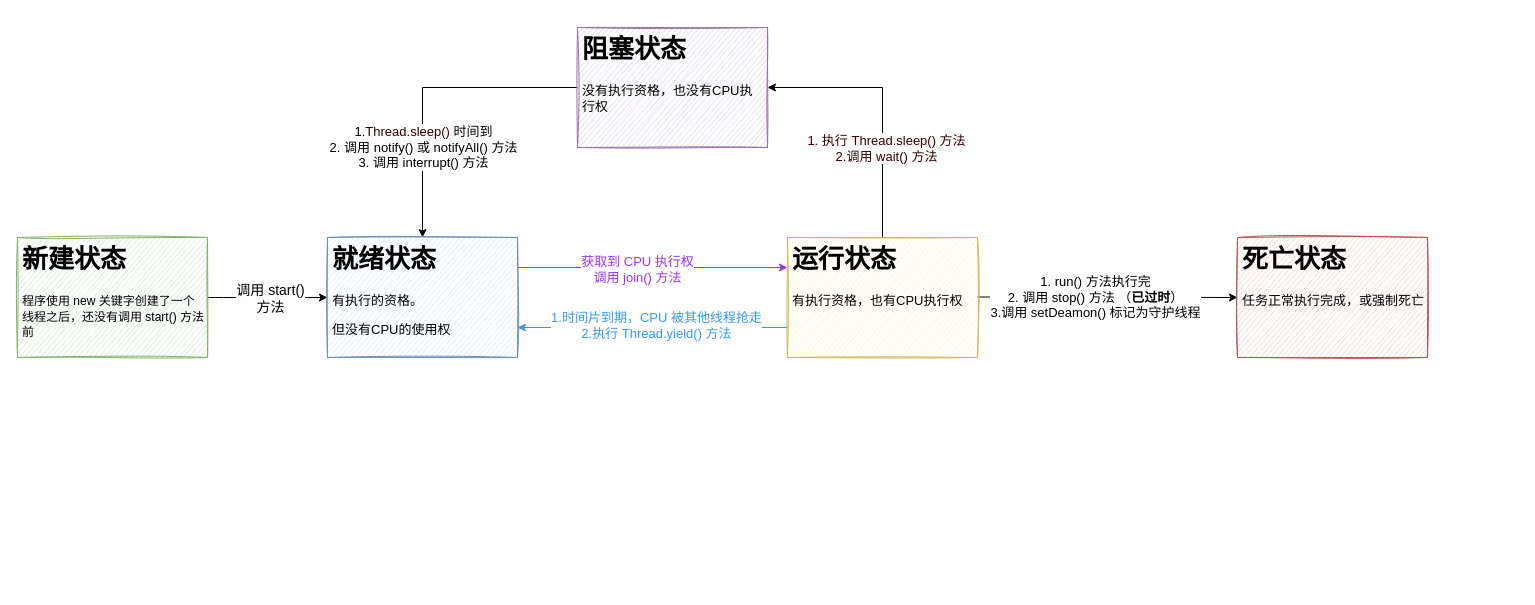
MooNkirA/code-learning-note keeps this draw.io diagram as resources/attachments/并发编程/并发编程笔记-流程图.drawio. Above is the earlier version. Source tidied: cells renumbered, new cells numbered last; positions are measured from the earlier drawing's top-left corner, leaving out a move shared by most shapes. Both pictures are drawn from the tidied source at 100%, with x=0, y=0 at pixel (17, 27).
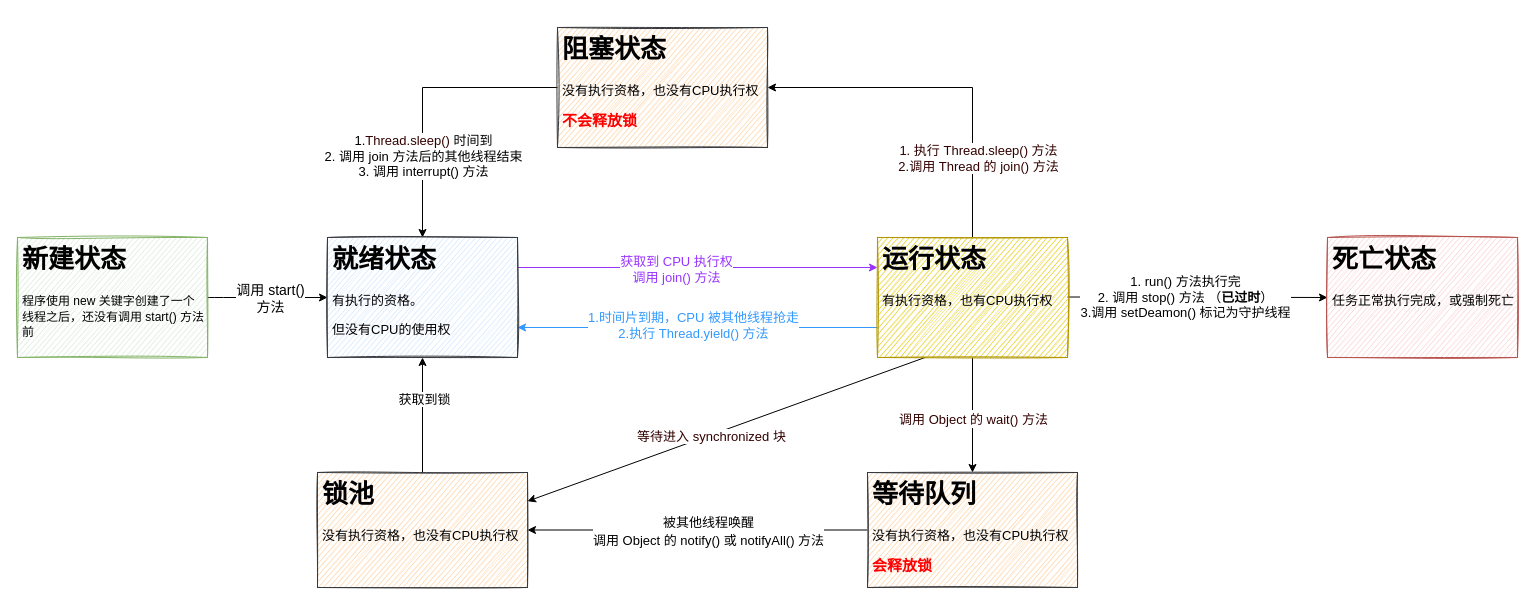
The same page after the edit.

Unchanged cells that the change refers to:
```xml
<mxCell id="6" style="edgeStyle=orthogonalEdgeStyle;rounded=0;jettySize=auto;html=1;entryX=0.5;entryY=0;entryDx=0;entryDy=0;exitX=0;exitY=0.5;exitDx=0;exitDy=0;" parent="1" edge="1" source="16" target="14">
  <mxGeometry relative="1" as="geometry" />
</mxCell>
<mxCell id="12" style="edgeStyle=orthogonalEdgeStyle;rounded=0;jettySize=auto;html=1;exitX=0.5;exitY=0;exitDx=0;exitDy=0;entryX=1;entryY=0.5;entryDx=0;entryDy=0;" parent="1" edge="1" source="17" target="16">
  <mxGeometry relative="1" as="geometry" />
</mxCell>
```

The edit, as a diff of the source:
```diff
@@
-    <mxCell id="7" value="&lt;font style=&quot;font-size: 13px;&quot;&gt;1.&lt;span style=&quot;color: rgb(51, 0, 0);&quot;&gt;Thread.sleep()&amp;nbsp;&lt;/span&gt;时间到&lt;br&gt;2. 调用 notify() 或 notifyAll() 方法&lt;br&gt;3. 调用 interrupt() 方法&lt;br&gt;&lt;/font&gt;" style="edgeLabel;html=1;align=center;verticalAlign=middle;" parent="6" vertex="1">
+    <mxCell id="7" value="&lt;font style=&quot;font-size: 13px;&quot;&gt;1.&lt;span style=&quot;color: rgb(51, 0, 0);&quot;&gt;Thread.sleep()&amp;nbsp;&lt;/span&gt;时间到&lt;br&gt;2. 调用 join 方法后的其他线程结束&lt;br&gt;3. 调用 interrupt() 方法&lt;br&gt;&lt;/font&gt;" style="edgeLabel;html=1;align=center;verticalAlign=middle;" parent="6" vertex="1">
       <mxGeometry x="0.19" y="-3" relative="1" as="geometry">
         <mxPoint x="3" y="33" as="offset" />
       </mxGeometry>
     </mxCell>
     <mxCell id="8" style="edgeStyle=orthogonalEdgeStyle;rounded=0;jettySize=auto;html=1;entryX=0;entryY=0.5;entryDx=0;entryDy=0;" parent="1" edge="1" target="18">
       <mxGeometry relative="1" as="geometry">
-        <mxPoint x="960" y="269.5" as="sourcePoint" />
+        <mxPoint x="1050" y="269.5" as="sourcePoint" />
       </mxGeometry>
     </mxCell>
@@
-    <mxCell id="13" value="1. 执行 Thread.sleep() 方法&lt;br&gt;2.调用 wait() 方法" style="edgeLabel;html=1;align=center;verticalAlign=middle;fontSize=13;fontColor=#330000;" parent="12" vertex="1">
-      <mxGeometry x="-0.32" y="-3" relative="1" as="geometry" />
+    <mxCell id="13" value="1. 执行 Thread.sleep() 方法&lt;br&gt;2.调用 Thread 的 join() 方法" style="edgeLabel;html=1;align=center;verticalAlign=middle;fontSize=13;fontColor=#330000;" parent="12" vertex="1">
+      <mxGeometry x="-0.32" y="-3" relative="1" as="geometry">
+        <mxPoint x="2" y="41" as="offset" />
+      </mxGeometry>
     </mxCell>
-    <mxCell id="14" value="&lt;h1&gt;就绪状态&lt;/h1&gt;&lt;p&gt;有执行的资格。&lt;/p&gt;&lt;p&gt;但没有CPU的使用权&lt;/p&gt;" style="text;html=1;strokeColor=#6c8ebf;fillColor=#dae8fc;spacing=5;spacingTop=-20;whiteSpace=wrap;overflow=hidden;rounded=0;fontSize=13;shadow=0;glass=0;sketch=1;" parent="1" vertex="1">
+    <mxCell id="14" value="&lt;h1&gt;就绪状态&lt;/h1&gt;&lt;p&gt;有执行的资格。&lt;/p&gt;&lt;p&gt;但没有CPU的使用权&lt;/p&gt;" style="text;html=1;strokeColor=#36393d;fillColor=#cce5ff;spacing=5;spacingTop=-20;whiteSpace=wrap;overflow=hidden;rounded=0;fontSize=13;shadow=0;glass=0;sketch=1;" parent="1" vertex="1">
       <mxGeometry x="310" y="210" width="190" height="120" as="geometry" />
     </mxCell>
@@
-    <mxCell id="16" value="&lt;h1&gt;阻塞状态&lt;/h1&gt;&lt;p&gt;没有执行资格，也&lt;span style=&quot;background-color: initial;&quot;&gt;没有CPU执行权&lt;/span&gt;&lt;/p&gt;" style="text;html=1;strokeColor=#9673a6;fillColor=#e1d5e7;spacing=5;spacingTop=-20;whiteSpace=wrap;overflow=hidden;rounded=0;fontSize=13;shadow=0;glass=0;sketch=1;" parent="1" vertex="1">
-      <mxGeometry x="560" width="190" height="120" as="geometry" />
+    <mxCell id="16" value="&lt;h1&gt;阻塞状态&lt;/h1&gt;&lt;p&gt;没有执行资格，也&lt;span style=&quot;background-color: initial;&quot;&gt;没有CPU执行权&lt;/span&gt;&lt;/p&gt;&lt;p&gt;&lt;b style=&quot;color: rgb(255, 0, 0); font-size: 15px;&quot;&gt;不会释放锁&lt;/b&gt;&lt;span style=&quot;background-color: initial;&quot;&gt;&lt;br&gt;&lt;/span&gt;&lt;/p&gt;" style="text;html=1;strokeColor=#36393d;fillColor=#ffcc99;spacing=5;spacingTop=-20;whiteSpace=wrap;overflow=hidden;rounded=0;fontSize=13;shadow=0;glass=0;sketch=1;" parent="1" vertex="1">
+      <mxGeometry x="540" width="210" height="120" as="geometry" />
     </mxCell>
+    <mxCell id="19" style="rounded=0;jettySize=auto;html=1;entryX=1;entryY=0.25;entryDx=0;entryDy=0;fontColor=#000000;exitX=0.25;exitY=1;exitDx=0;exitDy=0;" parent="1" edge="1" source="17" target="28">
+      <mxGeometry relative="1" as="geometry" />
+    </mxCell>
+    <mxCell id="20" value="&lt;span style=&quot;color: rgb(51, 0, 0);&quot;&gt;等待进入&amp;nbsp;synchronized 块&lt;/span&gt;" style="edgeLabel;html=1;align=center;verticalAlign=middle;fontSize=13;fontColor=#000000;" parent="19" vertex="1">
+      <mxGeometry x="0.08" y="2" relative="1" as="geometry">
+        <mxPoint y="-1" as="offset" />
+      </mxGeometry>
+    </mxCell>
+    <mxCell id="21" style="edgeStyle=none;rounded=0;jettySize=auto;html=1;entryX=0.5;entryY=0;entryDx=0;entryDy=0;fontColor=#000000;" parent="1" edge="1" source="17">
+      <mxGeometry relative="1" as="geometry">
+        <mxPoint x="955" y="445" as="targetPoint" />
+      </mxGeometry>
+    </mxCell>
+    <mxCell id="22" value="&lt;span style=&quot;color: rgb(51, 0, 0); font-size: 13px;&quot;&gt;调用 Object 的 wait() 方法&lt;/span&gt;" style="edgeLabel;html=1;align=center;verticalAlign=middle;fontSize=15;fontColor=#FF0000;" parent="21" vertex="1">
+      <mxGeometry x="-0.27" y="-2" relative="1" as="geometry">
+        <mxPoint x="2" y="18" as="offset" />
+      </mxGeometry>
+    </mxCell>
-    <mxCell id="17" value="&lt;h1&gt;运行状态&lt;/h1&gt;&lt;p&gt;有执行资格，也&lt;span style=&quot;background-color: initial;&quot;&gt;有CPU执行权&lt;/span&gt;&lt;br&gt;&lt;/p&gt;" style="text;html=1;strokeColor=#d6b656;fillColor=#fff2cc;spacing=5;spacingTop=-20;whiteSpace=wrap;overflow=hidden;rounded=0;fontSize=13;shadow=0;glass=0;sketch=1;gradientColor=none;" parent="1" vertex="1">
-      <mxGeometry x="770" y="210" width="190" height="120" as="geometry" />
+    <mxCell id="17" value="&lt;h1&gt;运行状态&lt;/h1&gt;&lt;p&gt;有执行资格，也&lt;span style=&quot;background-color: initial;&quot;&gt;有CPU执行权&lt;/span&gt;&lt;br&gt;&lt;/p&gt;" style="text;html=1;strokeColor=#B09500;fillColor=#e3c800;spacing=5;spacingTop=-20;whiteSpace=wrap;overflow=hidden;rounded=0;fontSize=13;shadow=0;glass=0;sketch=1;fontColor=#000000;" parent="1" vertex="1">
+      <mxGeometry x="860" y="210" width="190" height="120" as="geometry" />
     </mxCell>
-    <mxCell id="18" value="&lt;h1&gt;死亡状态&lt;/h1&gt;&lt;p&gt;任务正常执行完成，或强制死亡&lt;/p&gt;" style="text;html=1;strokeColor=#b85450;fillColor=#f8cecc;spacing=5;spacingTop=-20;whiteSpace=wrap;overflow=hidden;rounded=0;fontSize=13;shadow=0;glass=0;sketch=1;" parent="1" vertex="1">
-      <mxGeometry x="1220" y="210" width="190" height="120" as="geometry" />
+    <mxCell id="18" value="&lt;h1&gt;&lt;font color=&quot;#000000&quot;&gt;死亡状态&lt;/font&gt;&lt;/h1&gt;&lt;p&gt;&lt;font color=&quot;#000000&quot;&gt;任务正常执行完成，或强制死亡&lt;/font&gt;&lt;/p&gt;" style="text;html=1;strokeColor=#b85450;fillColor=#f8cecc;spacing=5;spacingTop=-20;whiteSpace=wrap;overflow=hidden;rounded=0;fontSize=13;shadow=0;glass=0;sketch=1;" parent="1" vertex="1">
+      <mxGeometry x="1310" y="210" width="190" height="120" as="geometry" />
     </mxCell>
+    <mxCell id="23" style="edgeStyle=none;rounded=0;jettySize=auto;html=1;entryX=1;entryY=0.5;entryDx=0;entryDy=0;fontSize=15;fontColor=#FF0000;" parent="1" edge="1" source="25" target="28">
+      <mxGeometry relative="1" as="geometry" />
+    </mxCell>
+    <mxCell id="24" value="&lt;font style=&quot;font-size: 13px;&quot;&gt;&lt;font style=&quot;font-size: 13px;&quot; color=&quot;#000000&quot;&gt;被其他线程唤醒&lt;br&gt;调用 Object 的&lt;/font&gt;&lt;span style=&quot;color: rgb(0, 0, 0);&quot;&gt;&amp;nbsp;notify() 或 notifyAll() 方法&lt;/span&gt;&lt;/font&gt;&lt;font color=&quot;#000000&quot;&gt;&lt;br&gt;&lt;/font&gt;" style="edgeLabel;html=1;align=center;verticalAlign=middle;fontSize=15;fontColor=#FF0000;" parent="23" vertex="1">
+      <mxGeometry x="-0.11" relative="1" as="geometry">
+        <mxPoint x="-9" as="offset" />
+      </mxGeometry>
+    </mxCell>
+    <mxCell id="25" value="&lt;h1&gt;等待队列&lt;/h1&gt;&lt;p&gt;没有执行资格，也&lt;span style=&quot;background-color: initial;&quot;&gt;没有CPU执行权&lt;/span&gt;&lt;/p&gt;&lt;p&gt;&lt;span style=&quot;background-color: initial;&quot;&gt;&lt;font size=&quot;1&quot; color=&quot;#ff0000&quot;&gt;&lt;b style=&quot;font-size: 15px;&quot;&gt;会释放锁&lt;/b&gt;&lt;/font&gt;&lt;/span&gt;&lt;/p&gt;" style="text;html=1;strokeColor=#36393d;fillColor=#ffcc99;spacing=5;spacingTop=-20;whiteSpace=wrap;overflow=hidden;rounded=0;fontSize=13;shadow=0;glass=0;sketch=1;" parent="1" vertex="1">
+      <mxGeometry x="850" y="445" width="210" height="115" as="geometry" />
+    </mxCell>
+    <mxCell id="26" style="edgeStyle=none;rounded=0;jettySize=auto;html=1;entryX=0.5;entryY=1;entryDx=0;entryDy=0;fontColor=#000000;" parent="1" edge="1" source="28" target="14">
+      <mxGeometry relative="1" as="geometry" />
+    </mxCell>
+    <mxCell id="27" value="&lt;font style=&quot;font-size: 13px;&quot;&gt;获取到锁&lt;/font&gt;" style="edgeLabel;html=1;align=center;verticalAlign=middle;fontColor=#000000;" parent="26" vertex="1">
+      <mxGeometry x="0.29" y="-1" relative="1" as="geometry" />
+    </mxCell>
+    <mxCell id="28" value="&lt;h1&gt;锁池&lt;/h1&gt;&lt;p&gt;没有执行资格，也&lt;span style=&quot;background-color: initial;&quot;&gt;没有CPU执行权&lt;/span&gt;&lt;/p&gt;" style="text;html=1;strokeColor=#36393d;fillColor=#ffcc99;spacing=5;spacingTop=-20;whiteSpace=wrap;overflow=hidden;rounded=0;fontSize=13;shadow=0;glass=0;sketch=1;" parent="1" vertex="1">
+      <mxGeometry x="300" y="445" width="210" height="115" as="geometry" />
+    </mxCell>
```
